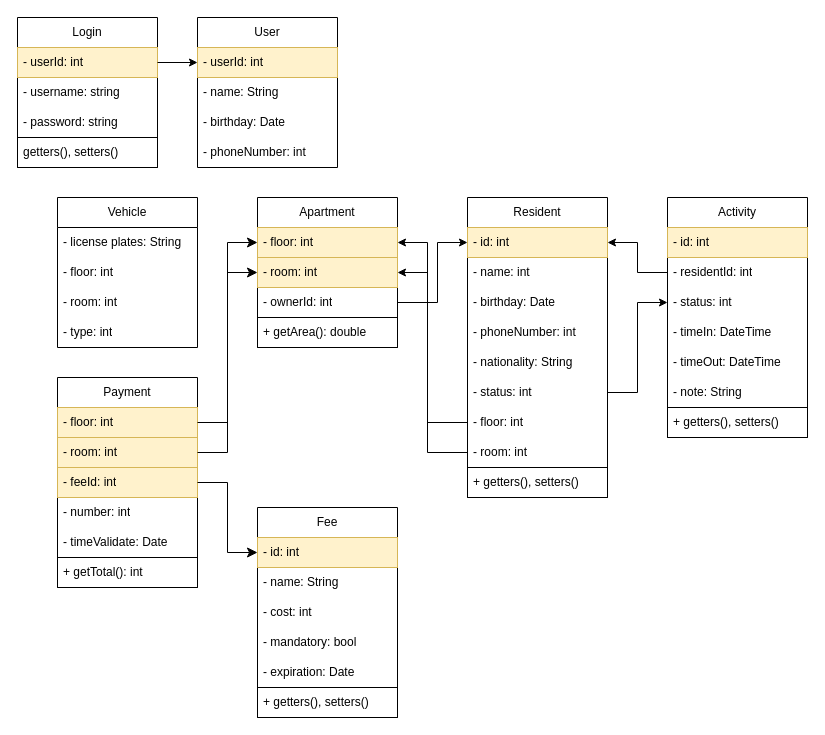
This is sqlChart.drawio from liguang612/ApartmentManagement, a draw.io file, before an edit. Source tidied: cells renumbered, new cells numbered last; positions are measured from the earlier drawing's top-left corner, leaving out a move shared by most shapes. Both pictures are drawn from the tidied source at 100%, with x=0, y=0 at pixel (17, 17).
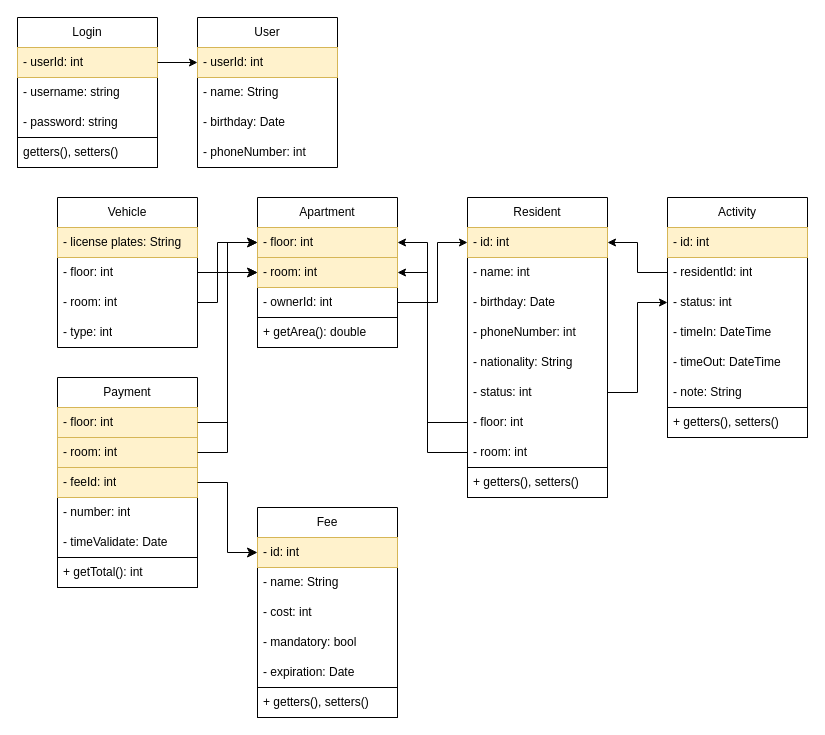
The same page after the edit.

The change refers to these unchanged cells:
```xml
<mxCell id="15" value="- floor: int" style="text;strokeColor=#d6b656;fillColor=#fff2cc;align=left;verticalAlign=middle;spacingLeft=4;spacingRight=4;overflow=hidden;points=[[0,0.5],[1,0.5]];portConstraint=eastwest;whiteSpace=wrap;html=1;" parent="14" vertex="1">
  <mxGeometry y="30" width="140" height="30" as="geometry" />
</mxCell>
<mxCell id="16" value="- room: int" style="text;strokeColor=#d6b656;fillColor=#fff2cc;align=left;verticalAlign=middle;spacingLeft=4;spacingRight=4;overflow=hidden;points=[[0,0.5],[1,0.5]];portConstraint=eastwest;whiteSpace=wrap;html=1;" parent="14" vertex="1">
  <mxGeometry y="60" width="140" height="30" as="geometry" />
</mxCell>
<mxCell id="64" value="Vehicle" style="swimlane;fontStyle=0;horizontal=1;startSize=30;whiteSpace=wrap;html=1;" parent="1" vertex="1">
  <mxGeometry x="40" y="180" width="140" height="150" as="geometry" />
</mxCell>
<mxCell id="66" value="- floor: int" style="text;strokeColor=none;fillColor=none;align=left;verticalAlign=middle;spacingLeft=4;spacingRight=4;overflow=hidden;points=[[0,0.5],[1,0.5]];portConstraint=eastwest;whiteSpace=wrap;html=1;" parent="64" vertex="1">
  <mxGeometry y="60" width="140" height="30" as="geometry" />
</mxCell>
<mxCell id="67" value="- room: int" style="text;strokeColor=none;fillColor=none;align=left;verticalAlign=middle;spacingLeft=4;spacingRight=4;overflow=hidden;points=[[0,0.5],[1,0.5]];portConstraint=eastwest;whiteSpace=wrap;html=1;" parent="64" vertex="1">
  <mxGeometry y="90" width="140" height="30" as="geometry" />
</mxCell>
```

Change to the diagram source:
```diff
@@
-    <mxCell id="65" value="- license plates: String" style="text;strokeColor=none;fillColor=none;align=left;verticalAlign=middle;spacingLeft=4;spacingRight=4;overflow=hidden;whiteSpace=wrap;html=1;" parent="64" vertex="1">
+    <mxCell id="65" value="- license plates: String" style="text;strokeColor=#d6b656;fillColor=#fff2cc;align=left;verticalAlign=middle;spacingLeft=4;spacingRight=4;overflow=hidden;whiteSpace=wrap;html=1;" parent="64" vertex="1">
       <mxGeometry y="30" width="140" height="30" as="geometry" />
     </mxCell>
@@
+    <mxCell id="69" style="edgeStyle=orthogonalEdgeStyle;rounded=0;jettySize=auto;html=1;entryX=0;entryY=0.5;entryDx=0;entryDy=0;" parent="1" edge="1" source="66" target="15">
+      <mxGeometry relative="1" as="geometry">
+        <Array as="points">
+          <mxPoint x="200" y="255" />
+          <mxPoint x="200" y="225" />
+        </Array>
+      </mxGeometry>
+    </mxCell>
+    <mxCell id="70" style="edgeStyle=orthogonalEdgeStyle;rounded=0;jettySize=auto;html=1;entryX=0;entryY=0.5;entryDx=0;entryDy=0;" parent="1" edge="1" source="67" target="16">
+      <mxGeometry relative="1" as="geometry">
+        <Array as="points">
+          <mxPoint x="200" y="285" />
+          <mxPoint x="200" y="255" />
+        </Array>
+      </mxGeometry>
+    </mxCell>
```
